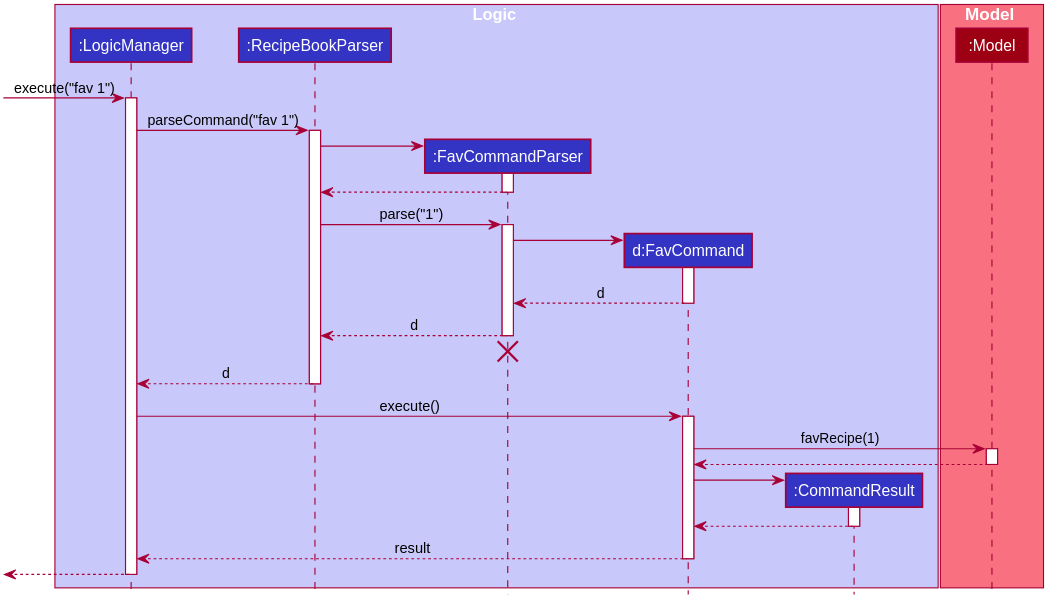
The PlantUML diagram docs/images/FavSequenceDiagram.svg in nus-cs2103-AY1920S2/addressbook-level3, before a commit.
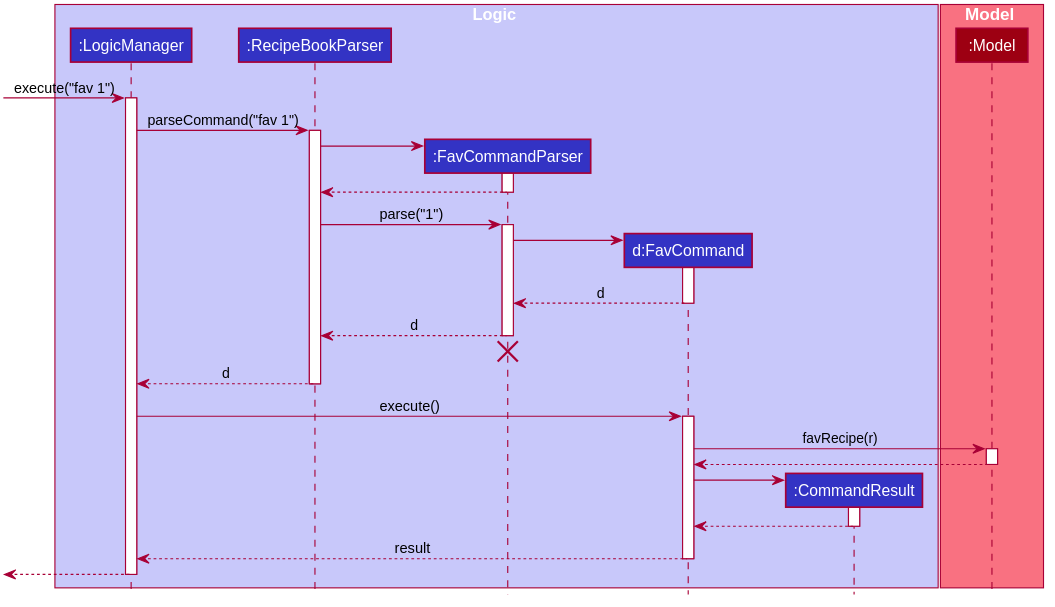
After the change.

Change to the diagram source:
```diff
@@ -97,7 +97,7 @@
 LogicManager -> FavCommand : execute()
 activate FavCommand
 
-FavCommand -> Model : favRecipe(1)
+FavCommand -> Model : favRecipe(r)
 activate Model
 
 Model --> FavCommand
```
